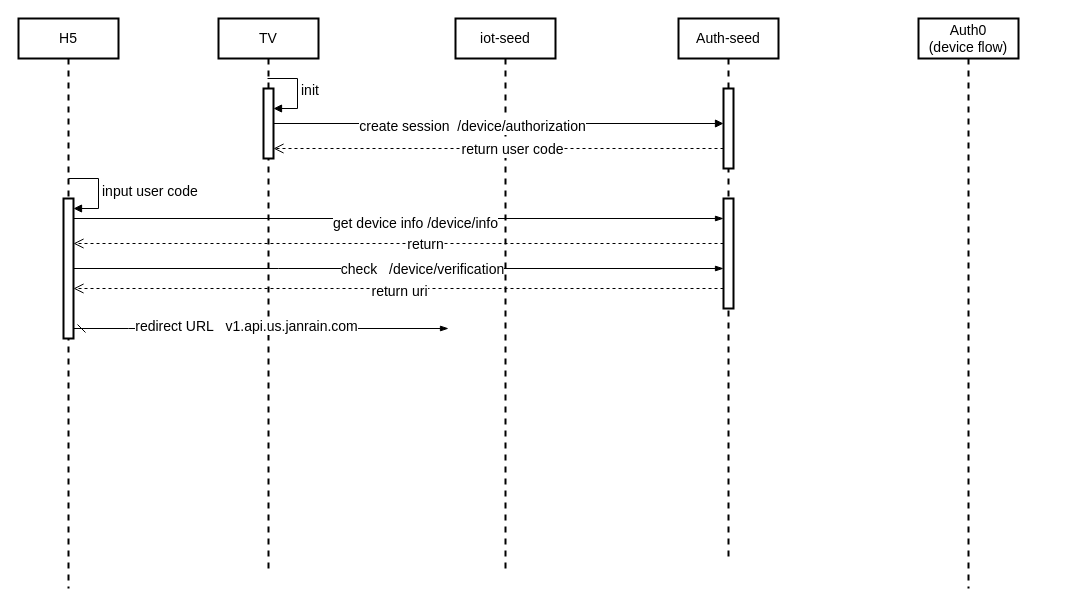
The draw.io diagram Auth-seeds.drawio in SGA-Jie-Sha/diagram, before the edit. Source tidied: cells renumbered, new cells numbered last; positions are measured from the earlier drawing's top-left corner, leaving out a move shared by most shapes. Both pictures are drawn from the tidied source at 100%, with x=0, y=0 at pixel (18, 18).
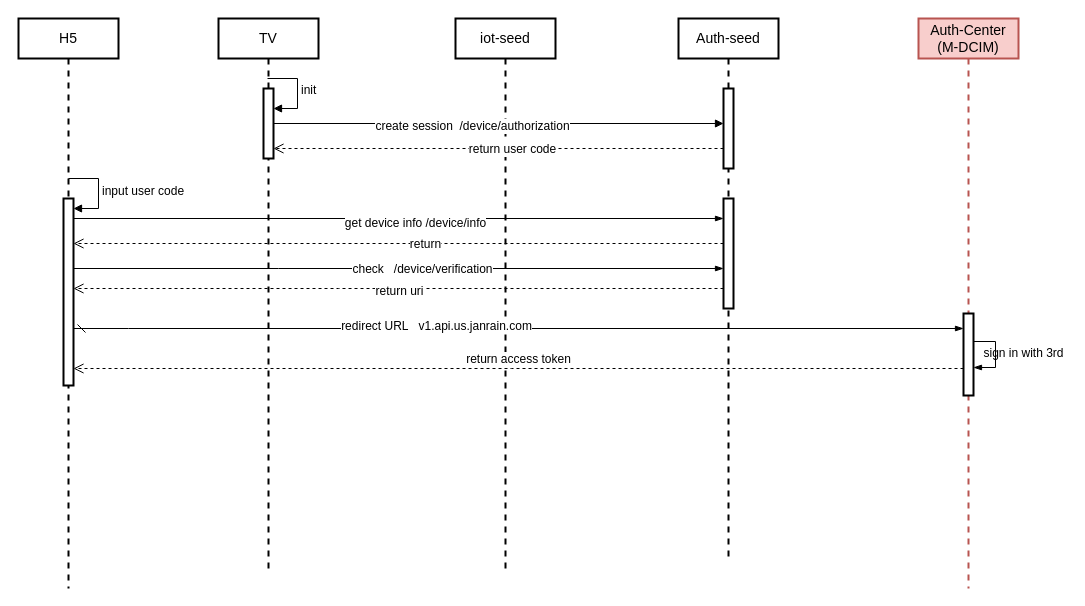
The same diagram, later.

The change refers to these unchanged cells:
```xml
<mxCell id="2" value="TV" style="shape=umlLifeline;perimeter=lifelinePerimeter;whiteSpace=wrap;html=1;strokeWidth=2;fontSize=14;" parent="1" vertex="1">
  <mxGeometry x="200" width="100" height="550" as="geometry" />
</mxCell>
<mxCell id="5" value="Auth-seed" style="shape=umlLifeline;perimeter=lifelinePerimeter;whiteSpace=wrap;html=1;strokeWidth=2;fontSize=14;" parent="1" vertex="1">
  <mxGeometry x="660" width="100" height="540" as="geometry" />
</mxCell>
<mxCell id="14" value="H5" style="shape=umlLifeline;perimeter=lifelinePerimeter;whiteSpace=wrap;html=1;strokeWidth=2;fontSize=14;" parent="1" vertex="1">
  <mxGeometry width="100" height="570" as="geometry" />
</mxCell>
<mxCell id="23" style="edgeStyle=elbowEdgeStyle;fontSize=12;html=1;endArrow=blockThin;endFill=1;rounded=0;" parent="1" edge="1" source="15" target="7">
  <mxGeometry relative="1" as="geometry">
    <Array as="points">
      <mxPoint x="400" y="200" />
    </Array>
  </mxGeometry>
</mxCell>
```

Change to the diagram source:
```diff
@@
-    <mxCell id="3" style="html=1;points=[];perimeter=orthogonalPerimeter;strokeWidth=2;fontSize=14;" parent="2" vertex="1">
+    <mxCell id="3" style="html=1;points=[];perimeter=orthogonalPerimeter;strokeWidth=2;fontSize=12;" parent="2" vertex="1">
       <mxGeometry x="45" y="70" width="10" height="70" as="geometry" />
     </mxCell>
-    <mxCell id="4" value="init" style="edgeStyle=orthogonalEdgeStyle;html=1;align=left;spacingLeft=2;endArrow=block;rounded=0;fontSize=14;" parent="2" edge="1" target="3">
+    <mxCell id="4" value="init" style="edgeStyle=orthogonalEdgeStyle;html=1;align=left;spacingLeft=2;endArrow=block;rounded=0;fontSize=12;" parent="2" edge="1" target="3">
       <mxGeometry relative="1" as="geometry">
         <mxPoint x="49" y="60" as="sourcePoint" />
         <Array as="points">
           <mxPoint x="79" y="60" />
           <mxPoint x="79" y="90" />
         </Array>
       </mxGeometry>
     </mxCell>
@@
-    <mxCell id="6" style="html=1;points=[];perimeter=orthogonalPerimeter;strokeWidth=2;fontSize=14;" parent="5" vertex="1">
+    <mxCell id="6" style="html=1;points=[];perimeter=orthogonalPerimeter;strokeWidth=2;fontSize=12;" parent="5" vertex="1">
       <mxGeometry x="45" y="70" width="10" height="80" as="geometry" />
     </mxCell>
-    <mxCell id="7" style="html=1;points=[];perimeter=orthogonalPerimeter;strokeWidth=2;fontSize=14;" parent="5" vertex="1">
+    <mxCell id="7" style="html=1;points=[];perimeter=orthogonalPerimeter;strokeWidth=2;fontSize=12;" parent="5" vertex="1">
       <mxGeometry x="45" y="180" width="10" height="110" as="geometry" />
     </mxCell>
@@
-    <mxCell id="9" value="Auth0&lt;br style=&quot;font-size: 14px;&quot;&gt;(device flow)" style="shape=umlLifeline;perimeter=lifelinePerimeter;whiteSpace=wrap;html=1;strokeWidth=2;fontSize=14;" parent="1" vertex="1">
+    <mxCell id="9" value="Auth-Center&lt;br style=&quot;font-size: 14px&quot;&gt;(M-DCIM)" style="shape=umlLifeline;perimeter=lifelinePerimeter;whiteSpace=wrap;html=1;strokeWidth=2;fontSize=14;fillColor=#f8cecc;strokeColor=#b85450;" parent="1" vertex="1">
       <mxGeometry x="900" width="100" height="570" as="geometry" />
     </mxCell>
+    <mxCell id="27" style="html=1;points=[];perimeter=orthogonalPerimeter;strokeWidth=2;fontSize=12;" parent="9" vertex="1">
+      <mxGeometry x="45" y="295" width="10" height="82" as="geometry" />
+    </mxCell>
+    <mxCell id="28" style="edgeStyle=elbowEdgeStyle;fontSize=12;html=1;endArrow=blockThin;endFill=1;rounded=0;strokeWidth=1;" parent="9" edge="1" source="27" target="27">
+      <mxGeometry relative="1" as="geometry">
+        <Array as="points">
+          <mxPoint x="77" y="349" />
+        </Array>
+      </mxGeometry>
+    </mxCell>
-    <mxCell id="10" style="html=1;verticalAlign=bottom;endArrow=block;rounded=0;fontSize=14;" parent="1" edge="1" source="3" target="6">
+    <mxCell id="10" style="html=1;verticalAlign=bottom;endArrow=block;rounded=0;fontSize=12;" parent="1" edge="1" source="3" target="6">
       <mxGeometry x="-0.13" relative="1" as="geometry" />
     </mxCell>
-    <mxCell id="11" value="create session&amp;nbsp; /device/authorization" style="edgeLabel;html=1;align=center;verticalAlign=middle;fontSize=14;" parent="10" vertex="1">
+    <mxCell id="11" value="create session&amp;nbsp; /device/authorization" style="edgeLabel;html=1;align=center;verticalAlign=middle;fontSize=12;" parent="10" vertex="1">
       <mxGeometry x="-0.12" y="-2" relative="1" as="geometry" />
     </mxCell>
-    <mxCell id="12" style="html=1;verticalAlign=bottom;endArrow=open;dashed=1;endSize=8;rounded=0;fontSize=14;" parent="1" edge="1" source="6" target="3">
+    <mxCell id="12" style="html=1;verticalAlign=bottom;endArrow=open;dashed=1;endSize=8;rounded=0;fontSize=12;" parent="1" edge="1" source="6" target="3">
       <mxGeometry x="0.02" relative="1" as="geometry">
         <Array as="points">
           <mxPoint x="490" y="130" />
         </Array>
       </mxGeometry>
     </mxCell>
-    <mxCell id="13" value="return user code" style="edgeLabel;html=1;align=center;verticalAlign=middle;fontSize=14;" parent="12" vertex="1">
+    <mxCell id="13" value="return user code" style="edgeLabel;html=1;align=center;verticalAlign=middle;fontSize=12;" parent="12" vertex="1">
       <mxGeometry x="-0.06" relative="1" as="geometry" />
     </mxCell>
@@
-    <mxCell id="15" style="html=1;points=[];perimeter=orthogonalPerimeter;strokeWidth=2;fontSize=14;" parent="14" vertex="1">
-      <mxGeometry x="45" y="180" width="10" height="140" as="geometry" />
+    <mxCell id="15" style="html=1;points=[];perimeter=orthogonalPerimeter;strokeWidth=2;fontSize=12;" parent="14" vertex="1">
+      <mxGeometry x="45" y="180" width="10" height="187" as="geometry" />
     </mxCell>
-    <mxCell id="16" value="input user code" style="edgeStyle=orthogonalEdgeStyle;html=1;align=left;spacingLeft=2;endArrow=block;rounded=0;fontSize=14;" parent="14" edge="1" target="15">
+    <mxCell id="16" value="input user code" style="edgeStyle=orthogonalEdgeStyle;html=1;align=left;spacingLeft=2;endArrow=block;rounded=0;fontSize=12;" parent="14" edge="1" target="15">
       <mxGeometry relative="1" as="geometry">
         <mxPoint x="50" y="160" as="sourcePoint" />
         <Array as="points">
           <mxPoint x="80" y="160" />
           <mxPoint x="80" y="190" />
         </Array>
       </mxGeometry>
     </mxCell>
-    <mxCell id="17" style="edgeStyle=elbowEdgeStyle;fontSize=12;html=1;endArrow=blockThin;endFill=1;startArrow=dash;startFill=0;endSize=6;startSize=6;rounded=0;" parent="14" edge="1" source="15">
-      <mxGeometry relative="1" as="geometry">
-        <mxPoint x="430" y="310" as="targetPoint" />
-        <Array as="points">
-          <mxPoint x="110" y="310" />
-        </Array>
-      </mxGeometry>
-    </mxCell>
-    <mxCell id="18" value="redirect URL&amp;nbsp; &amp;nbsp;v1.api.us.janrain.com" style="edgeLabel;html=1;align=center;verticalAlign=middle;fontSize=14;" parent="17" vertex="1">
-      <mxGeometry x="-0.26" y="3" relative="1" as="geometry">
-        <mxPoint x="33" as="offset" />
-      </mxGeometry>
-    </mxCell>
-    <mxCell id="19" style="edgeStyle=elbowEdgeStyle;fontSize=14;html=1;endArrow=blockThin;endFill=1;rounded=0;" parent="1" edge="1" source="15" target="7">
+    <mxCell id="19" style="edgeStyle=elbowEdgeStyle;fontSize=12;html=1;endArrow=blockThin;endFill=1;rounded=0;" parent="1" edge="1" source="15" target="7">
       <mxGeometry relative="1" as="geometry">
         <Array as="points">
           <mxPoint x="260" y="250" />
           <mxPoint x="130" y="290" />
           <mxPoint x="500" y="250" />
           <mxPoint x="410" y="210" />
         </Array>
       </mxGeometry>
     </mxCell>
-    <mxCell id="20" value="check&amp;nbsp; &amp;nbsp;/device/verification" style="edgeLabel;html=1;align=center;verticalAlign=middle;fontSize=14;" parent="19" vertex="1">
+    <mxCell id="20" value="check&amp;nbsp; &amp;nbsp;/device/verification" style="edgeLabel;html=1;align=center;verticalAlign=middle;fontSize=12;" parent="19" vertex="1">
       <mxGeometry x="0.07" relative="1" as="geometry" />
     </mxCell>
-    <mxCell id="21" style="html=1;verticalAlign=bottom;endArrow=open;dashed=1;endSize=8;rounded=0;fontSize=14;" parent="1" edge="1" source="7" target="15">
+    <mxCell id="21" style="html=1;verticalAlign=bottom;endArrow=open;dashed=1;endSize=8;rounded=0;fontSize=12;" parent="1" edge="1" source="7" target="15">
       <mxGeometry relative="1" as="geometry">
         <Array as="points">
           <mxPoint x="320" y="270" />
         </Array>
       </mxGeometry>
     </mxCell>
-    <mxCell id="22" value="return uri" style="edgeLabel;html=1;align=center;verticalAlign=middle;fontSize=14;" parent="21" vertex="1">
+    <mxCell id="22" value="return uri" style="edgeLabel;html=1;align=center;verticalAlign=middle;fontSize=12;" parent="21" vertex="1">
       <mxGeometry y="2" relative="1" as="geometry" />
     </mxCell>
@@
-    <mxCell id="24" value="get device info&amp;nbsp;/device/info" style="edgeLabel;html=1;align=center;verticalAlign=middle;fontSize=14;" parent="23" vertex="1">
+    <mxCell id="24" value="get device info&amp;nbsp;/device/info" style="edgeLabel;html=1;align=center;verticalAlign=middle;fontSize=12;" parent="23" vertex="1">
       <mxGeometry x="0.05" y="-4" relative="1" as="geometry" />
     </mxCell>
-    <mxCell id="25" style="html=1;verticalAlign=bottom;endArrow=open;dashed=1;endSize=8;rounded=0;fontSize=14;" parent="1" edge="1">
+    <mxCell id="25" style="html=1;verticalAlign=bottom;endArrow=open;dashed=1;endSize=8;rounded=0;fontSize=12;" parent="1" edge="1">
       <mxGeometry relative="1" as="geometry">
         <mxPoint x="705" y="225" as="sourcePoint" />
         <mxPoint x="55" y="225" as="targetPoint" />
         <Array as="points">
           <mxPoint x="330" y="225" />
         </Array>
       </mxGeometry>
     </mxCell>
-    <mxCell id="26" value="return" style="edgeLabel;html=1;align=center;verticalAlign=middle;fontSize=14;" parent="25" vertex="1">
+    <mxCell id="26" value="return" style="edgeLabel;html=1;align=center;verticalAlign=middle;fontSize=12;" parent="25" vertex="1">
       <mxGeometry x="-0.08" relative="1" as="geometry" />
     </mxCell>
+    <mxCell id="17" style="edgeStyle=elbowEdgeStyle;fontSize=12;html=1;endArrow=blockThin;endFill=1;startArrow=dash;startFill=0;endSize=6;startSize=6;rounded=0;" parent="1" edge="1" source="15" target="27">
+      <mxGeometry relative="1" as="geometry">
+        <Array as="points">
+          <mxPoint x="110" y="310" />
+        </Array>
+      </mxGeometry>
+    </mxCell>
+    <mxCell id="18" value="redirect URL&amp;nbsp; &amp;nbsp;v1.api.us.janrain.com" style="edgeLabel;html=1;align=center;verticalAlign=middle;fontSize=12;" parent="17" vertex="1">
+      <mxGeometry x="-0.26" y="3" relative="1" as="geometry">
+        <mxPoint x="33" as="offset" />
+      </mxGeometry>
+    </mxCell>
+    <mxCell id="29" value="sign in with 3rd" style="text;html=1;align=center;verticalAlign=middle;strokeColor=none;fillColor=none;fontSize=12;" parent="1" vertex="1">
+      <mxGeometry x="960" y="326" width="90" height="18" as="geometry" />
+    </mxCell>
+    <mxCell id="30" value="return access token" style="html=1;verticalAlign=bottom;endArrow=open;dashed=1;endSize=8;rounded=0;fontSize=12;strokeWidth=1;" parent="1" edge="1" source="27" target="15">
+      <mxGeometry relative="1" as="geometry">
+        <Array as="points">
+          <mxPoint x="493" y="350" />
+        </Array>
+      </mxGeometry>
+    </mxCell>
```
